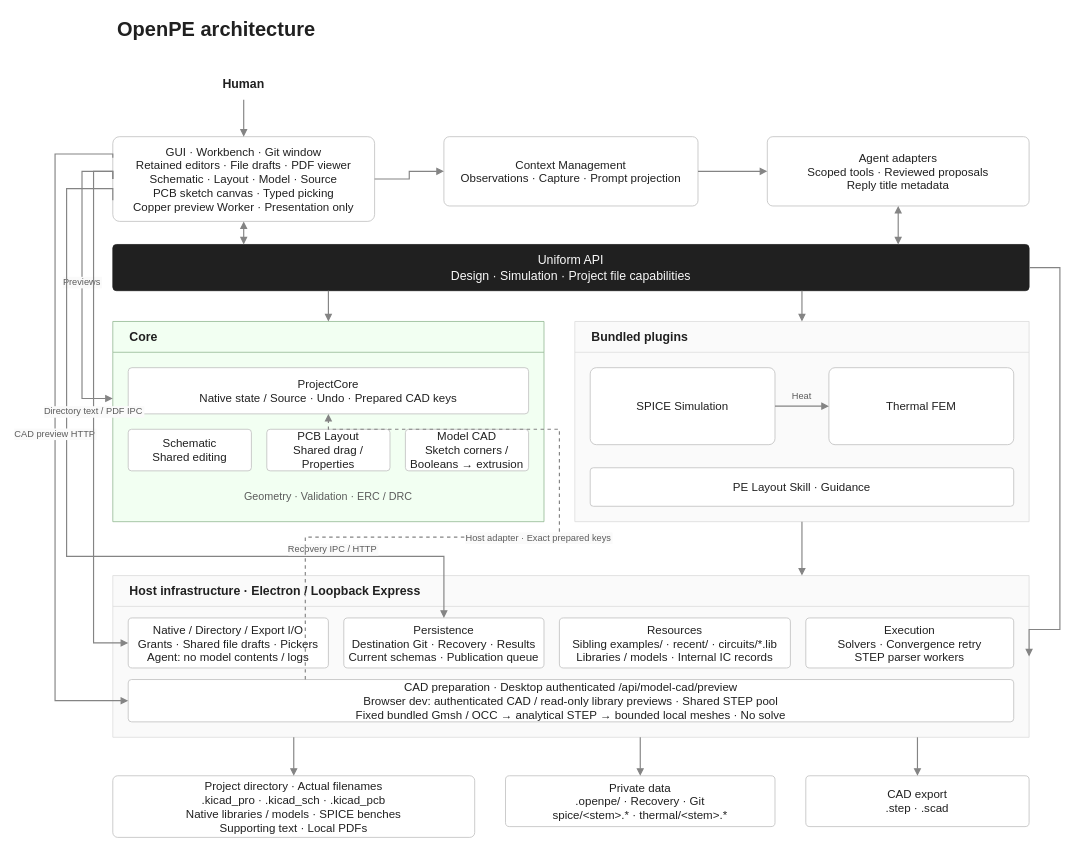
The draw.io diagram assets/architecture.drawio in Open-Power-Electronics/OpenPE, before the edit. Source tidied: cells renumbered, new cells numbered last; positions are measured from the earlier drawing's top-left corner, leaving out a move shared by most shapes. Both pictures are drawn from the tidied source at 77%, with x=0, y=0 at pixel (55, 13).
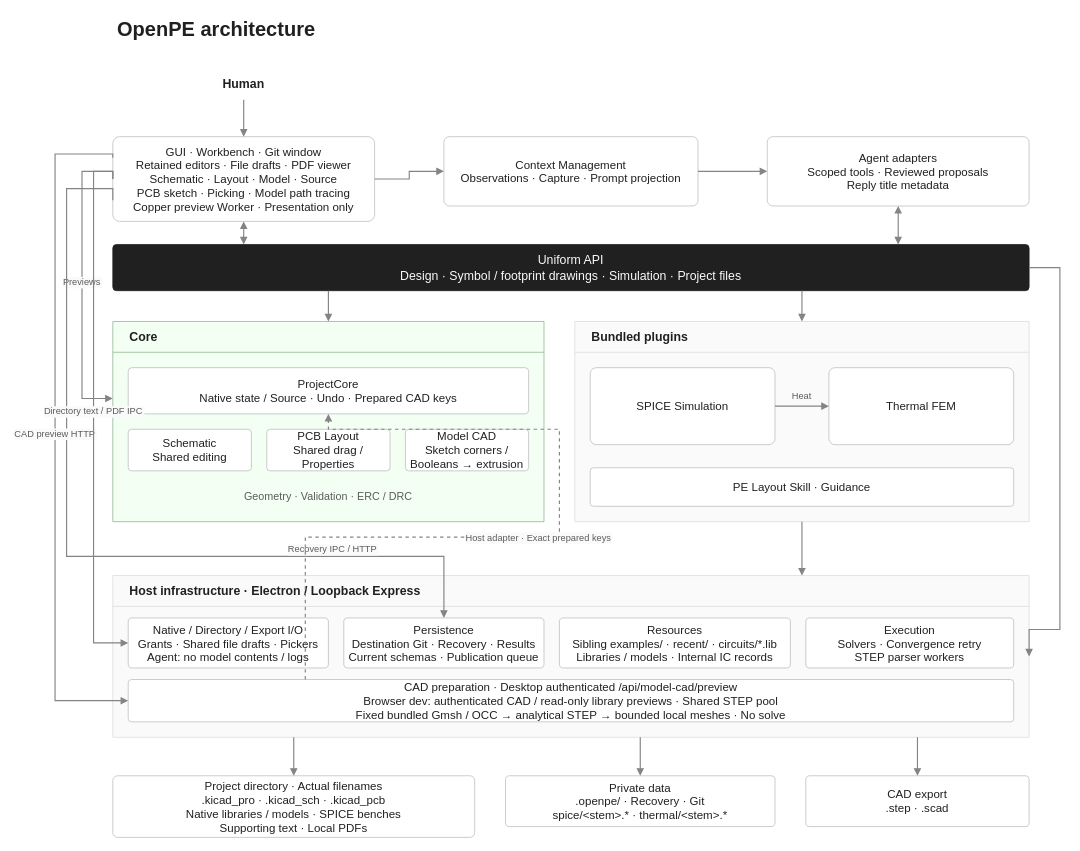
After the change.

Diff of the diagram source:
```diff
@@
-    <mxCell id="4" value="GUI · Workbench · Git window&#10;Retained editors · File drafts · PDF viewer&#10;Schematic · Layout · Model · Source&#10;PCB sketch canvas · Typed picking&#10;Copper preview Worker · Presentation only" style="rounded=1;html=0;whiteSpace=wrap;fontFamily=Arial;fontSize=15;fontColor=#202020;fillColor=#ffffff;strokeColor=#bdbdbd;strokeWidth=1;shadow=0;arcSize=8;fontStyle=0;align=center;verticalAlign=middle;spacing=6;" parent="1" vertex="1">
+    <mxCell id="4" value="GUI · Workbench · Git window&#10;Retained editors · File drafts · PDF viewer&#10;Schematic · Layout · Model · Source&#10;PCB sketch · Picking · Model path tracing&#10;Copper preview Worker · Presentation only" style="rounded=1;html=0;whiteSpace=wrap;fontFamily=Arial;fontSize=15;fontColor=#202020;fillColor=#ffffff;strokeColor=#bdbdbd;strokeWidth=1;shadow=0;arcSize=8;fontStyle=0;align=center;verticalAlign=middle;spacing=6;" parent="1" vertex="1">
       <mxGeometry x="75" y="160" width="340" height="110" as="geometry" />
     </mxCell>
@@
-    <mxCell id="7" value="Uniform API&#10;Design · Simulation · Project file capabilities" style="rounded=1;html=0;whiteSpace=wrap;fontFamily=Arial;fontSize=16;fontColor=#fafafa;fillColor=#202020;strokeColor=#202020;strokeWidth=1;shadow=0;arcSize=8;fontStyle=0;align=center;verticalAlign=middle;spacing=6;" parent="1" vertex="1">
+    <mxCell id="7" value="Uniform API&#10;Design · Symbol / footprint drawings · Simulation · Project files" style="rounded=1;html=0;whiteSpace=wrap;fontFamily=Arial;fontSize=16;fontColor=#fafafa;fillColor=#202020;strokeColor=#202020;strokeWidth=1;shadow=0;arcSize=8;fontStyle=0;align=center;verticalAlign=middle;spacing=6;" parent="1" vertex="1">
       <mxGeometry x="75" y="300" width="1190" height="60" as="geometry" />
     </mxCell>
```
